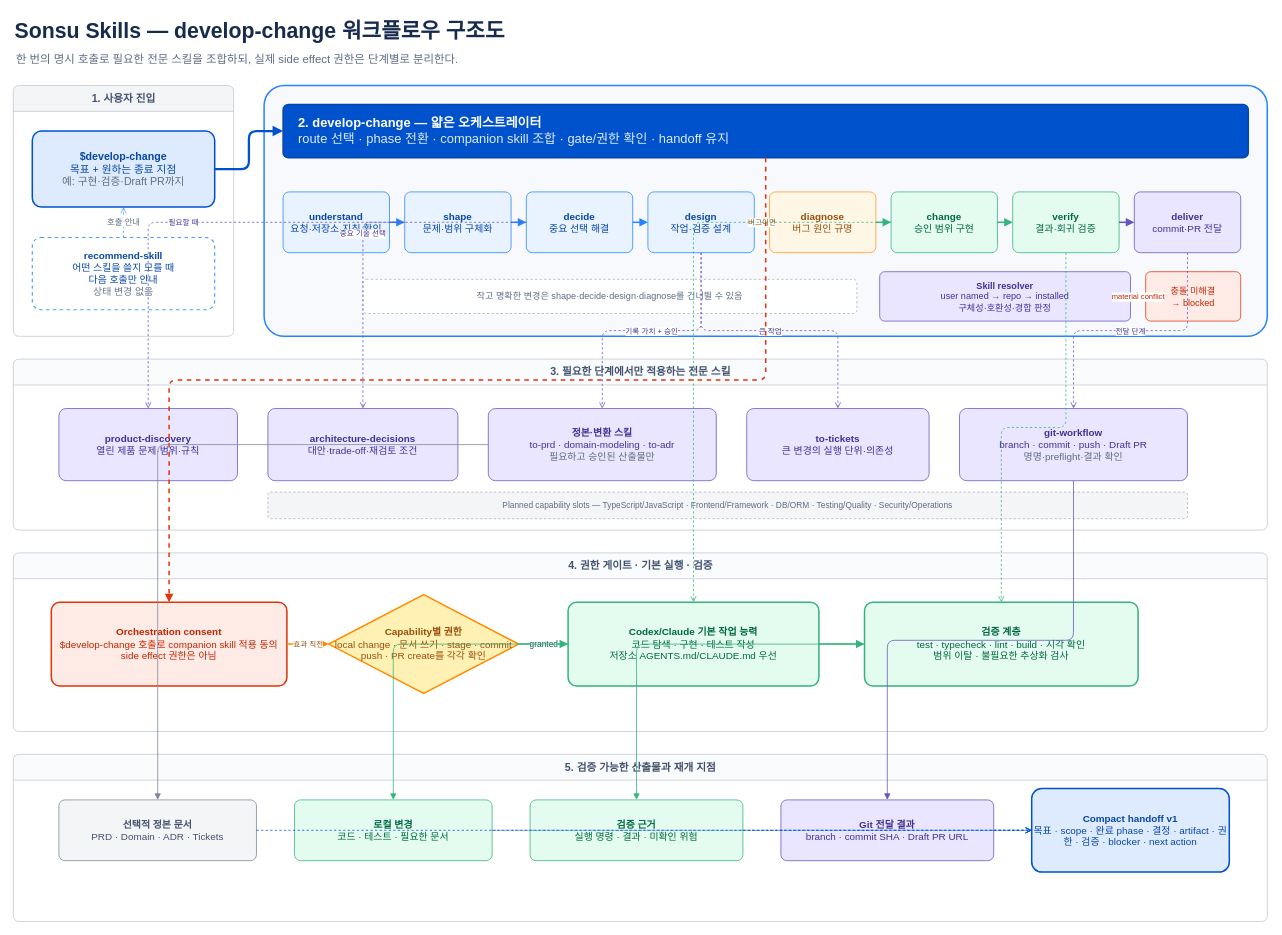
sonsu-lee/skills keeps this draw.io diagram as docs/design/develop-change-workflow.drawio. Above is the earlier version. Source tidied: cells renumbered, new cells numbered last; positions are measured from the earlier drawing's top-left corner, leaving out a move shared by most shapes. Both pictures are drawn from the tidied source at 76%, with x=0, y=0 at pixel (13, 13).
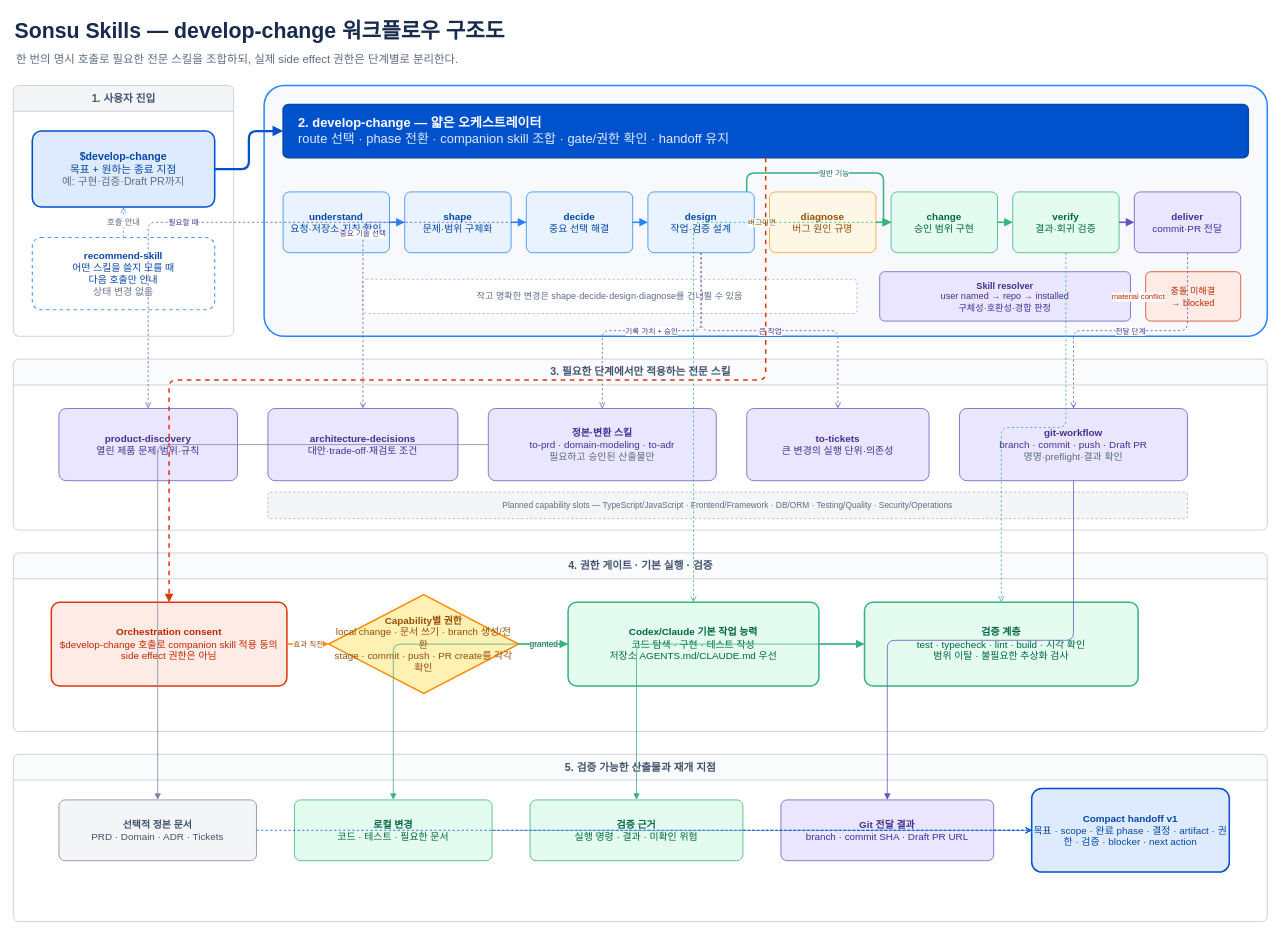
Above is the later version.

Commit message (it also covers changes not shown here):
fix(develop-change): align orchestration contracts

The change refers to these unchanged cells:
```xml
<mxCell id="12" value="&lt;b&gt;design&lt;/b&gt;&lt;br&gt;작업·검증 설계" style="rounded=1;whiteSpace=wrap;html=1;arcSize=10;fillColor=#E9F2FF;strokeColor=#2684FF;fontColor=#0747A6;fontSize=13;align=center;verticalAlign=middle;" parent="1" vertex="1">
  <mxGeometry x="835" y="235" width="140" height="80" as="geometry" />
</mxCell>
<mxCell id="14" value="&lt;b&gt;change&lt;/b&gt;&lt;br&gt;승인 범위 구현" style="rounded=1;whiteSpace=wrap;html=1;arcSize=10;fillColor=#E3FCEF;strokeColor=#36B37E;fontColor=#006644;fontSize=13;align=center;verticalAlign=middle;" parent="1" vertex="1">
  <mxGeometry x="1155" y="235" width="140" height="80" as="geometry" />
</mxCell>
```

The edit, as a diff of the source:
```diff
@@
-    <mxCell id="29" value="&lt;b&gt;Capability별 권한&lt;/b&gt;&lt;br&gt;local change · 문서 쓰기 · stage · commit&lt;br&gt;push · PR create를 각각 확인" style="rhombus;whiteSpace=wrap;html=1;fillColor=#FFF0B3;strokeColor=#FF8B00;strokeWidth=2;fontColor=#974F0C;fontSize=13;align=center;verticalAlign=middle;spacing=5;" parent="1" vertex="1">
+    <mxCell id="29" value="&lt;b&gt;Capability별 권한&lt;/b&gt;&lt;br&gt;local change · 문서 쓰기 · branch 생성/전환&lt;br&gt;stage · commit · push · PR create를 각각 확인" style="rhombus;whiteSpace=wrap;html=1;fillColor=#FFF0B3;strokeColor=#FF8B00;strokeWidth=2;fontColor=#974F0C;fontSize=13;align=center;verticalAlign=middle;spacing=5;" parent="1" vertex="1">
       <mxGeometry x="415" y="765" width="250" height="130" as="geometry" />
     </mxCell>
@@
+    <mxCell id="67" value="일반 기능" style="edgeStyle=orthogonalEdgeStyle;rounded=1;html=1;strokeColor=#36B37E;strokeWidth=2;endArrow=block;endFill=1;fontSize=10;fontColor=#006644;" parent="1" edge="1" source="12" target="14">
+      <mxGeometry relative="1" as="geometry">
+        <Array as="points">
+          <mxPoint x="965" y="210" />
+          <mxPoint x="1145" y="210" />
+        </Array>
+      </mxGeometry>
+    </mxCell>
```
